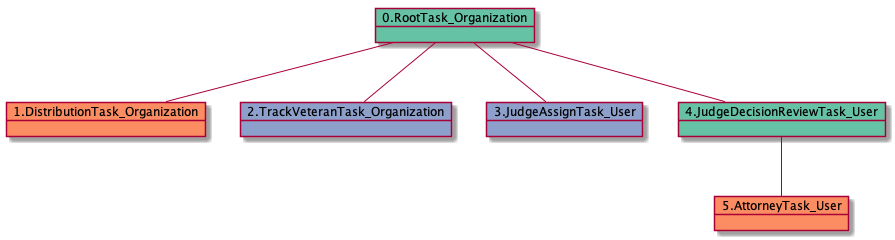
Before: docs-DR/uml/RTO.DTO.TVTO-11092.png, a diagram exported from PlantUML (yoomlam/graphing). Its diagram source:
```plantuml
@startuml
object 0.RootTask_Organization #66c2a5
object 1.DistributionTask_Organization #fc8d62
object 2.TrackVeteranTask_Organization #8da0cb
object 3.JudgeAssignTask_User #8da0cb
object 4.JudgeDecisionReviewTask_User #66c2a5
object 5.AttorneyTask_User #fc8d62
0.RootTask_Organization -- 1.DistributionTask_Organization
0.RootTask_Organization -- 2.TrackVeteranTask_Organization
0.RootTask_Organization -- 3.JudgeAssignTask_User
0.RootTask_Organization -- 4.JudgeDecisionReviewTask_User
4.JudgeDecisionReviewTask_User -- 5.AttorneyTask_User
@enduml
```
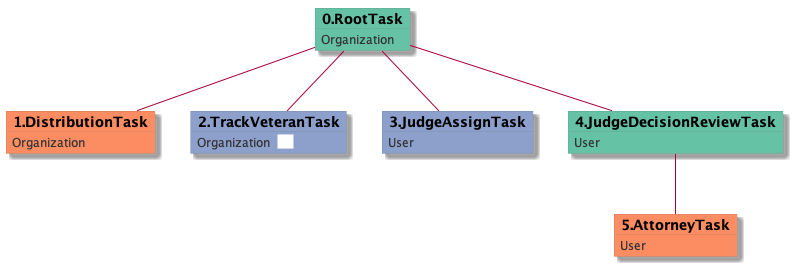
Above is the later version.

Diff of the diagram source:
```diff
@@ -1,13 +1,33 @@
 @startuml
-object 0.RootTask_Organization #66c2a5
-object 1.DistributionTask_Organization #fc8d62
-object 2.TrackVeteranTask_Organization #8da0cb
-object 3.JudgeAssignTask_User #8da0cb
-object 4.JudgeDecisionReviewTask_User #66c2a5
-object 5.AttorneyTask_User #fc8d62
-0.RootTask_Organization -- 1.DistributionTask_Organization
-0.RootTask_Organization -- 2.TrackVeteranTask_Organization
-0.RootTask_Organization -- 3.JudgeAssignTask_User
-0.RootTask_Organization -- 4.JudgeDecisionReviewTask_User
-4.JudgeDecisionReviewTask_User -- 5.AttorneyTask_User
+skinparam {
+  ObjectBorderColor #555
+  ObjectBorderThickness 0
+  ObjectFontStyle bold
+  ObjectFontSize 14
+  ObjectAttributeFontColor #333
+  ObjectAttributeFontSize 12
+}
+  object 0.RootTask #66c2a5 {
+Organization
+}
+  object 1.DistributionTask #fc8d62 {
+Organization
+}
+  object 2.TrackVeteranTask #8da0cb {
+Organization  <back:white>    </back>
+}
+  object 3.JudgeAssignTask #8da0cb {
+User
+}
+  object 4.JudgeDecisionReviewTask #66c2a5 {
+User
+}
+  object 5.AttorneyTask #fc8d62 {
+User
+}
+0.RootTask -- 1.DistributionTask
+0.RootTask -- 2.TrackVeteranTask
+0.RootTask -- 3.JudgeAssignTask
+0.RootTask -- 4.JudgeDecisionReviewTask
+4.JudgeDecisionReviewTask -- 5.AttorneyTask
 @enduml
```
